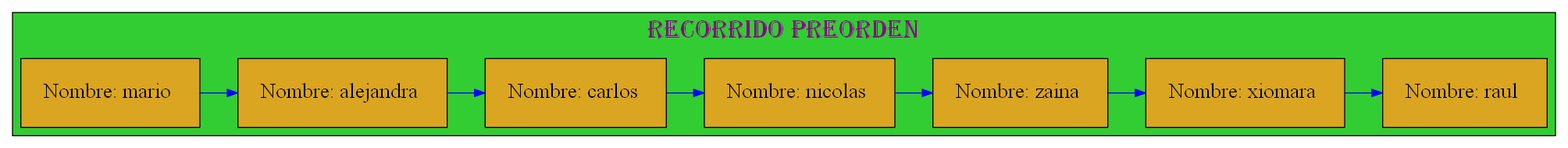
The Graphviz diagram Graficas/Recorrido_Preorden.dot.png in mariotun/EDD_1S2020_PY1_201602942, before a commit. Its source is kept beside it as Graficas/Recorrido_Preorden.dot.
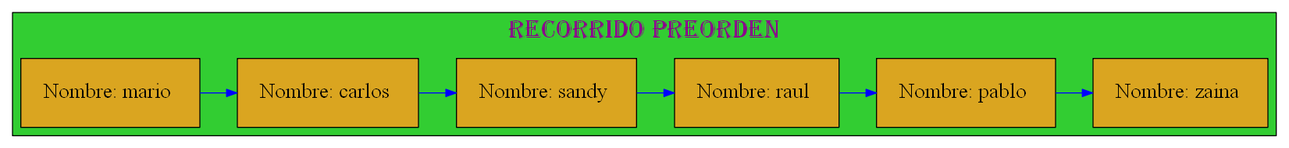
The same diagram one commit later.

What changed in the source:
```diff
@@ -13,15 +13,14 @@
 node[margin=0.3 shape=box style=filled fontcolor=black fillcolor=goldenrod fontsize=20];
 {rank=same;
 
-25769968848[label="Nombre: mario " ];
-25770344352[label="Nombre: alejandra " ];
-25770344928[label="Nombre: carlos " ];
-25770344624[label="Nombre: nicolas " ];
-25770345008[label="Nombre: zaina " ];
-25770345488[label="Nombre: xiomara " ];
-25770345568[label="Nombre: raul " ];
+25770475776[label="Nombre: mario " ];
+25770476512[label="Nombre: carlos " ];
+25770475984[label="Nombre: sandy " ];
+25770476992[label="Nombre: raul " ];
+25770476288[label="Nombre: pablo " ];
+25770477200[label="Nombre: zaina " ];
 };
-25769968848 -> 25770344352 -> 25770344928 -> 25770344624 -> 25770345008 -> 25770345488 -> 25770345568
+25770475776 -> 25770476512 -> 25770475984 -> 25770476992 -> 25770476288 -> 25770477200
 
 [color=blue ];
 }
```
